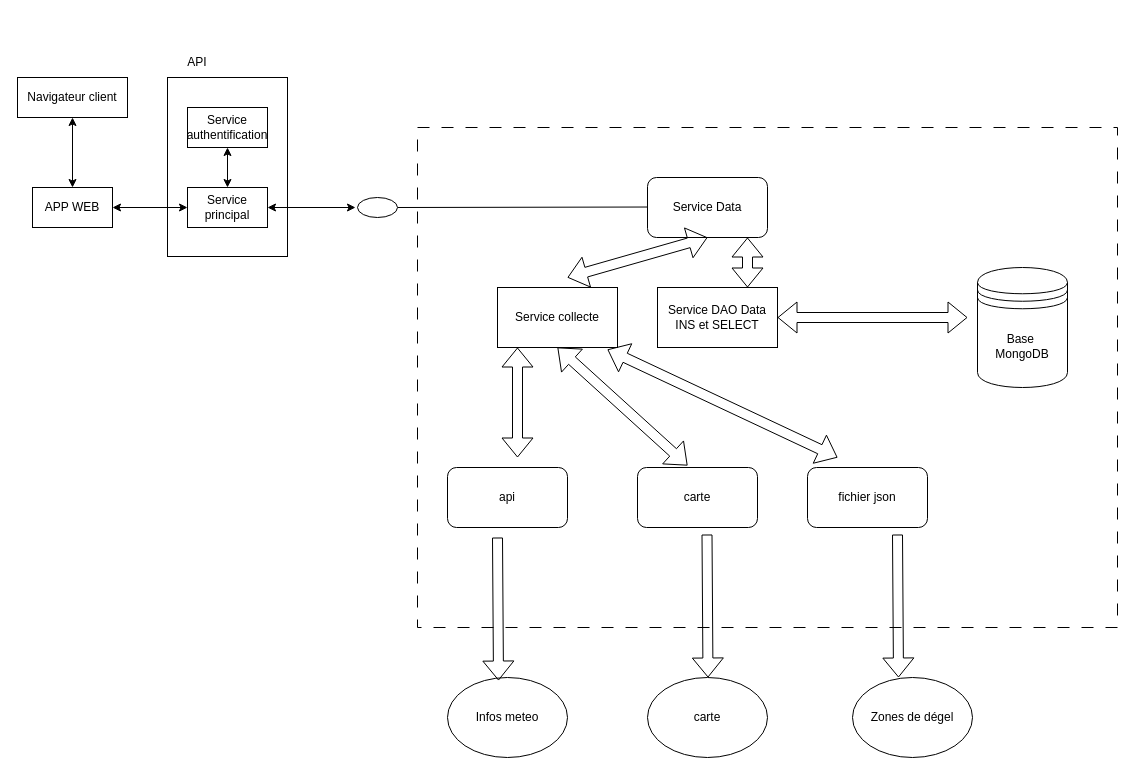
Before: docs/architecture-solution-tp-C56-C57.drawio in Anas-alt-del/Info-Sinistre-Auto, a draw.io diagram. Source tidied: cells renumbered, new cells numbered last; positions are measured from the earlier drawing's top-left corner, leaving out a move shared by most shapes. Both pictures are drawn from the tidied source at 100%, with x=0, y=0 at pixel (17, 47).
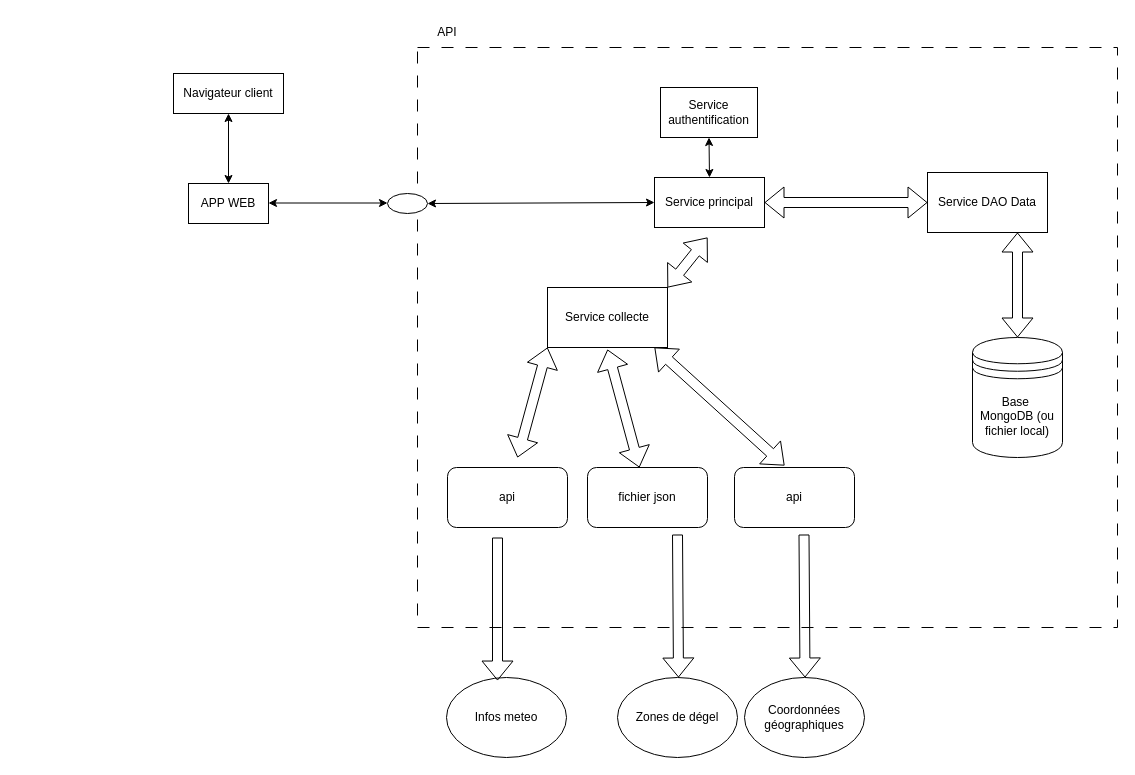
The same page after the edit.

Commit message (it also covers changes not shown here):
updated architecture schema

Diff of the diagram source:
```diff
@@
+    <mxCell id="13" style="rounded=0;whiteSpace=wrap;html=1;fillColor=none;dashed=1;dashPattern=12 12;" parent="1" vertex="1">
+      <mxGeometry x="400" width="700" height="580" as="geometry" />
+    </mxCell>
     <mxCell id="2" value="Navigateur client" style="rounded=0;whiteSpace=wrap;html=1;" parent="1" vertex="1">
-      <mxGeometry y="30" width="110" height="40" as="geometry" />
+      <mxGeometry x="156" y="26" width="110" height="40" as="geometry" />
     </mxCell>
-    <mxCell id="3" style="rounded=0;whiteSpace=wrap;html=1;" parent="1" vertex="1">
-      <mxGeometry x="150" y="30" width="120" height="179" as="geometry" />
-    </mxCell>
     <mxCell id="4" value="&lt;div&gt;API&lt;/div&gt;" style="text;html=1;whiteSpace=wrap;strokeColor=none;fillColor=none;align=center;verticalAlign=middle;rounded=0;" parent="1" vertex="1">
-      <mxGeometry x="150" width="60" height="30" as="geometry" />
+      <mxGeometry x="400" y="-30" width="60" height="30" as="geometry" />
     </mxCell>
     <mxCell id="5" value="APP WEB" style="rounded=0;whiteSpace=wrap;html=1;" parent="1" vertex="1">
-      <mxGeometry x="15" y="140" width="80" height="40" as="geometry" />
+      <mxGeometry x="171" y="136" width="80" height="40" as="geometry" />
     </mxCell>
     <mxCell id="6" value="Service principal" style="rounded=0;whiteSpace=wrap;html=1;" parent="1" vertex="1">
-      <mxGeometry x="170" y="140" width="80" height="40" as="geometry" />
+      <mxGeometry x="637" y="130" width="110" height="50" as="geometry" />
     </mxCell>
     <mxCell id="7" style="ellipse;whiteSpace=wrap;html=1;align=center;fillColor=none;strokeColor=none;perimeter=centerPerimeter;" parent="1" vertex="1">
-      <mxGeometry x="119" y="189" width="10" height="10" as="geometry" />
+      <mxGeometry x="275" y="189" width="10" height="10" as="geometry" />
     </mxCell>
@@
-    <mxCell id="9" style="endArrow=classic;html=1;rounded=0;entryX=1;entryY=0.5;entryDx=0;entryDy=0;exitX=-0.008;exitY=0.65;exitDx=0;exitDy=0;startArrow=classic;startFill=1;exitPerimeter=0;" parent="1" edge="1" target="6">
-      <mxGeometry relative="1" as="geometry">
-        <mxPoint x="338" y="160" as="sourcePoint" />
-      </mxGeometry>
+    <mxCell id="9" style="endArrow=classic;html=1;rounded=0;exitX=1;exitY=0.5;exitDx=0;exitDy=0;startArrow=classic;startFill=1;entryX=0;entryY=0.5;entryDx=0;entryDy=0;" parent="1" edge="1" source="27" target="6">
+      <mxGeometry relative="1" as="geometry" />
     </mxCell>
     <mxCell id="10" value="Service authentification" style="rounded=0;whiteSpace=wrap;html=1;" parent="1" vertex="1">
-      <mxGeometry x="170" y="60" width="80" height="40" as="geometry" />
+      <mxGeometry x="643" y="40" width="97" height="50" as="geometry" />
     </mxCell>
-    <mxCell id="11" style="endArrow=classic;html=1;rounded=0;entryX=1;entryY=0.5;entryDx=0;entryDy=0;exitX=0;exitY=0.5;exitDx=0;exitDy=0;startArrow=classic;startFill=1;" parent="1" edge="1" source="6" target="5">
-      <mxGeometry relative="1" as="geometry" />
+    <mxCell id="11" style="endArrow=classic;html=1;rounded=0;entryX=1;entryY=0.5;entryDx=0;entryDy=0;exitX=0;exitY=0.5;exitDx=0;exitDy=0;startArrow=classic;startFill=1;" parent="1" edge="1">
+      <mxGeometry relative="1" as="geometry">
+        <mxPoint x="370" y="155.5" as="sourcePoint" />
+        <mxPoint x="251" y="155.5" as="targetPoint" />
+      </mxGeometry>
     </mxCell>
@@
-    <mxCell id="13" style="rounded=0;whiteSpace=wrap;html=1;fillColor=none;dashed=1;dashPattern=12 12;" parent="1" vertex="1">
-      <mxGeometry x="400" y="80" width="700" height="500" as="geometry" />
-    </mxCell>
@@
-    <mxCell id="15" value="carte" style="rounded=1;whiteSpace=wrap;html=1;" parent="1" vertex="1">
-      <mxGeometry x="620" y="420" width="120" height="60" as="geometry" />
+    <mxCell id="15" value="&lt;div&gt;api&lt;/div&gt;" style="rounded=1;whiteSpace=wrap;html=1;" parent="1" vertex="1">
+      <mxGeometry x="717" y="420" width="120" height="60" as="geometry" />
     </mxCell>
     <mxCell id="16" value="fichier json" style="rounded=1;whiteSpace=wrap;html=1;" parent="1" vertex="1">
-      <mxGeometry x="790" y="420" width="120" height="60" as="geometry" />
+      <mxGeometry x="570" y="420" width="120" height="60" as="geometry" />
     </mxCell>
     <mxCell id="17" value="Infos&amp;nbsp;meteo" style="ellipse;whiteSpace=wrap;html=1;shapeInside=1;" parent="1" vertex="1">
-      <mxGeometry x="430" y="630" width="120" height="80" as="geometry" />
+      <mxGeometry x="429" y="630" width="120" height="80" as="geometry" />
     </mxCell>
-    <mxCell id="18" value="carte" style="ellipse;whiteSpace=wrap;html=1;shapeInside=1;" parent="1" vertex="1">
-      <mxGeometry x="630" y="630" width="120" height="80" as="geometry" />
+    <mxCell id="18" value="Coordonnées géographiques" style="ellipse;whiteSpace=wrap;html=1;shapeInside=1;" parent="1" vertex="1">
+      <mxGeometry x="727" y="630" width="120" height="80" as="geometry" />
     </mxCell>
     <mxCell id="19" value="Zones de dégel" style="ellipse;whiteSpace=wrap;html=1;shapeInside=1;" parent="1" vertex="1">
-      <mxGeometry x="835" y="630" width="120" height="80" as="geometry" />
+      <mxGeometry x="600" y="630" width="120" height="80" as="geometry" />
     </mxCell>
@@
     <mxCell id="21" style="shape=flexArrow;endArrow=classic;html=1;rounded=0;entryX=0.425;entryY=0.038;entryDx=0;entryDy=0;entryPerimeter=0;" parent="1" edge="1">
       <mxGeometry relative="1" as="geometry">
-        <mxPoint x="689.5" y="487" as="sourcePoint" />
-        <mxPoint x="690.5" y="630" as="targetPoint" />
+        <mxPoint x="786.5" y="487" as="sourcePoint" />
+        <mxPoint x="787.5" y="630" as="targetPoint" />
       </mxGeometry>
     </mxCell>
     <mxCell id="22" style="shape=flexArrow;endArrow=classic;html=1;rounded=0;entryX=0.425;entryY=0.038;entryDx=0;entryDy=0;entryPerimeter=0;" parent="1" edge="1">
       <mxGeometry relative="1" as="geometry">
-        <mxPoint x="880" y="487" as="sourcePoint" />
-        <mxPoint x="881" y="630" as="targetPoint" />
+        <mxPoint x="660" y="487" as="sourcePoint" />
+        <mxPoint x="661" y="630" as="targetPoint" />
       </mxGeometry>
     </mxCell>
-    <mxCell id="23" value="Service DAO Data&lt;div&gt;INS et SELECT&lt;/div&gt;" style="whiteSpace=wrap;html=1;" parent="1" vertex="1">
-      <mxGeometry x="640" y="240" width="120" height="60" as="geometry" />
+    <mxCell id="23" value="Service DAO Data" style="whiteSpace=wrap;html=1;" parent="1" vertex="1">
+      <mxGeometry x="910" y="125" width="120" height="60" as="geometry" />
     </mxCell>
-    <mxCell id="24" value="&lt;div&gt;Base&amp;nbsp;&lt;/div&gt;&lt;div&gt;MongoDB&lt;/div&gt;" style="shape=datastore;whiteSpace=wrap;html=1;" parent="1" vertex="1">
-      <mxGeometry x="960" y="220" width="90" height="120" as="geometry" />
+    <mxCell id="24" value="&lt;div&gt;Base&amp;nbsp;&lt;/div&gt;&lt;div&gt;MongoDB (ou fichier local)&lt;/div&gt;" style="shape=datastore;whiteSpace=wrap;html=1;" parent="1" vertex="1">
+      <mxGeometry x="955" y="290" width="90" height="120" as="geometry" />
     </mxCell>
-    <mxCell id="25" style="shape=flexArrow;endArrow=classic;startArrow=classic;html=1;rounded=0;" parent="1" edge="1">
-      <mxGeometry relative="1" as="geometry">
-        <mxPoint x="950" y="270" as="sourcePoint" />
-        <mxPoint x="760" y="270" as="targetPoint" />
-      </mxGeometry>
+    <mxCell id="25" style="shape=flexArrow;endArrow=classic;startArrow=classic;html=1;rounded=0;entryX=0.75;entryY=1;entryDx=0;entryDy=0;" parent="1" edge="1" source="24" target="23">
+      <mxGeometry relative="1" as="geometry" />
     </mxCell>
-    <mxCell id="26" style="endArrow=none;html=1;rounded=0;entryX=1;entryY=0.5;entryDx=0;entryDy=0;" parent="1" edge="1" target="27">
-      <mxGeometry relative="1" as="geometry">
-        <mxPoint x="640" y="159.5" as="sourcePoint" />
-      </mxGeometry>
-    </mxCell>
     <mxCell id="27" style="ellipse;whiteSpace=wrap;html=1;shapeInside=1;" parent="1" vertex="1">
-      <mxGeometry x="340" y="150" width="40" height="20" as="geometry" />
+      <mxGeometry x="370" y="146" width="40" height="20" as="geometry" />
     </mxCell>
-    <mxCell id="28" value="Service Data" style="rounded=1;whiteSpace=wrap;html=1;" parent="1" vertex="1">
-      <mxGeometry x="630" y="130" width="120" height="60" as="geometry" />
-    </mxCell>
-    <mxCell id="29" style="shape=flexArrow;endArrow=classic;startArrow=classic;html=1;rounded=0;entryX=0.5;entryY=1;entryDx=0;entryDy=0;" parent="1" edge="1" target="28">
+    <mxCell id="29" style="shape=flexArrow;endArrow=classic;startArrow=classic;html=1;rounded=0;entryX=0.5;entryY=1;entryDx=0;entryDy=0;exitX=1;exitY=0;exitDx=0;exitDy=0;" parent="1" edge="1" source="30">
       <mxGeometry relative="1" as="geometry">
-        <mxPoint x="550" y="230" as="sourcePoint" />
+        <mxPoint x="690" y="190" as="targetPoint" />
       </mxGeometry>
     </mxCell>
     <mxCell id="30" value="Service collecte" style="whiteSpace=wrap;html=1;" parent="1" vertex="1">
-      <mxGeometry x="480" y="240" width="120" height="60" as="geometry" />
+      <mxGeometry x="530" y="240" width="120" height="60" as="geometry" />
     </mxCell>
-    <mxCell id="31" style="shape=flexArrow;endArrow=classic;startArrow=classic;html=1;rounded=0;" parent="1" edge="1">
+    <mxCell id="31" style="shape=flexArrow;endArrow=classic;startArrow=classic;html=1;rounded=0;entryX=0;entryY=1;entryDx=0;entryDy=0;" parent="1" edge="1" target="30">
       <mxGeometry relative="1" as="geometry">
         <mxPoint x="500" y="410" as="sourcePoint" />
-        <mxPoint x="500" y="300" as="targetPoint" />
       </mxGeometry>
     </mxCell>
-    <mxCell id="32" style="shape=flexArrow;endArrow=classic;startArrow=classic;html=1;rounded=0;exitX=0.417;exitY=-0.033;exitDx=0;exitDy=0;exitPerimeter=0;entryX=0.5;entryY=1;entryDx=0;entryDy=0;" parent="1" edge="1" source="15" target="30">
-      <mxGeometry relative="1" as="geometry" />
+    <mxCell id="32" style="shape=flexArrow;endArrow=classic;startArrow=classic;html=1;rounded=0;exitX=0.417;exitY=-0.033;exitDx=0;exitDy=0;exitPerimeter=0;entryX=0.5;entryY=1;entryDx=0;entryDy=0;" parent="1" edge="1" source="15">
+      <mxGeometry relative="1" as="geometry">
+        <mxPoint x="637" y="300" as="targetPoint" />
+      </mxGeometry>
     </mxCell>
-    <mxCell id="33" style="shape=flexArrow;endArrow=classic;startArrow=classic;html=1;rounded=0;entryX=0.5;entryY=1;entryDx=0;entryDy=0;" parent="1" edge="1">
+    <mxCell id="33" style="shape=flexArrow;endArrow=classic;startArrow=classic;html=1;rounded=0;entryX=0.5;entryY=1;entryDx=0;entryDy=0;" parent="1" edge="1" source="16">
       <mxGeometry relative="1" as="geometry">
-        <mxPoint x="820" y="410" as="sourcePoint" />
         <mxPoint x="590" y="302" as="targetPoint" />
       </mxGeometry>
     </mxCell>
-    <mxCell id="34" style="shape=flexArrow;endArrow=classic;startArrow=classic;html=1;rounded=0;exitX=0.75;exitY=0;exitDx=0;exitDy=0;" parent="1" edge="1" source="23">
-      <mxGeometry relative="1" as="geometry">
-        <mxPoint x="730" y="190" as="targetPoint" />
-      </mxGeometry>
+    <mxCell id="34" style="shape=flexArrow;endArrow=classic;startArrow=classic;html=1;rounded=0;exitX=0;exitY=0.5;exitDx=0;exitDy=0;entryX=1;entryY=0.5;entryDx=0;entryDy=0;" parent="1" edge="1" source="23" target="6">
+      <mxGeometry relative="1" as="geometry" />
     </mxCell>
```
